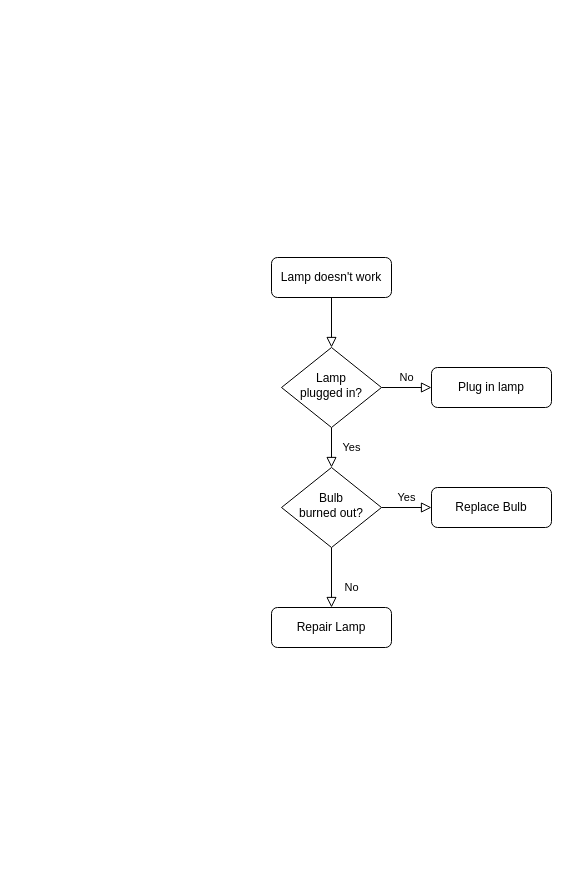
Above: Untitled Diagram.drawio in bycj/draw_image (draw.io), before the change. Source tidied: cells renumbered, new cells numbered last; positions are measured from the earlier drawing's top-left corner, leaving out a move shared by most shapes. Both pictures are drawn from the tidied source at 100%, with x=0, y=0 at pixel (271, 257).
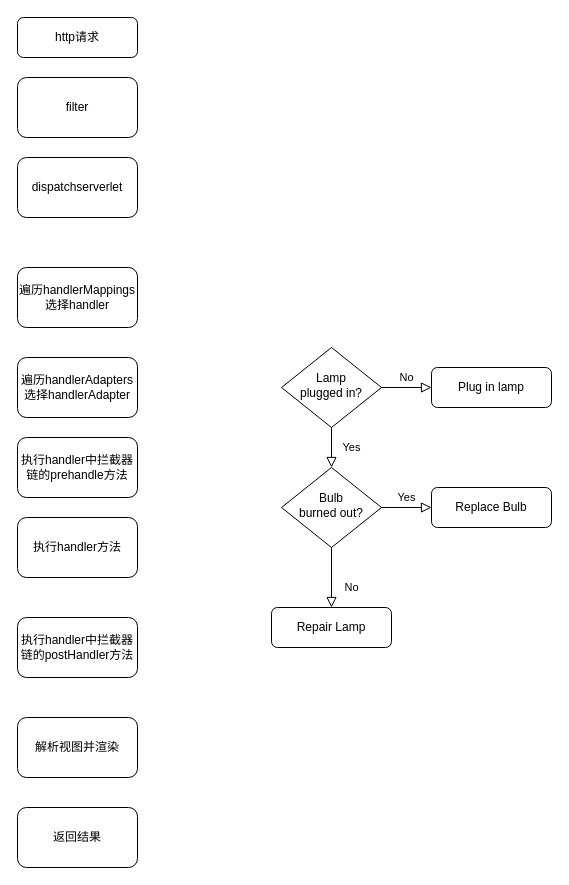
The same page after the edit.

Commit message:
spring mvc

Unchanged cells that the change refers to:
```xml
<mxCell id="6" value="Lamp&lt;br&gt;plugged in?" style="rhombus;whiteSpace=wrap;html=1;shadow=0;fontFamily=Helvetica;fontSize=12;align=center;strokeWidth=1;spacing=6;spacingTop=-4;" parent="1" vertex="1">
  <mxGeometry x="10" y="90" width="100" height="80" as="geometry" />
</mxCell>
```

What changed in the source:
```diff
@@
-    <mxCell id="2" style="rounded=0;html=1;jettySize=auto;fontSize=11;endArrow=block;endFill=0;endSize=8;strokeWidth=1;shadow=0;labelBackgroundColor=none;edgeStyle=orthogonalEdgeStyle;" parent="1" edge="1" source="3" target="6">
-      <mxGeometry relative="1" as="geometry" />
-    </mxCell>
-    <mxCell id="3" value="Lamp doesn't work" style="rounded=1;whiteSpace=wrap;html=1;fontSize=12;glass=0;strokeWidth=1;shadow=0;" parent="1" vertex="1">
-      <mxGeometry width="120" height="40" as="geometry" />
+    <mxCell id="3" value="http请求" style="rounded=1;whiteSpace=wrap;html=1;fontSize=12;glass=0;strokeWidth=1;shadow=0;" parent="1" vertex="1">
+      <mxGeometry x="-254" y="-240" width="120" height="40" as="geometry" />
     </mxCell>
@@
+    <mxCell id="13" value="dispatchserverlet" style="rounded=1;whiteSpace=wrap;html=1;" parent="1" vertex="1">
+      <mxGeometry x="-254" y="-100" width="120" height="60" as="geometry" />
+    </mxCell>
+    <mxCell id="14" value="filter" style="rounded=1;whiteSpace=wrap;html=1;" parent="1" vertex="1">
+      <mxGeometry x="-254" y="-180" width="120" height="60" as="geometry" />
+    </mxCell>
+    <mxCell id="15" value="遍历handlerMappings&lt;br&gt;选择handler" style="rounded=1;whiteSpace=wrap;html=1;" parent="1" vertex="1">
+      <mxGeometry x="-254" y="10" width="120" height="60" as="geometry" />
+    </mxCell>
+    <mxCell id="16" value="遍历handlerAdapters&lt;br&gt;选择handlerAdapter" style="rounded=1;whiteSpace=wrap;html=1;" parent="1" vertex="1">
+      <mxGeometry x="-254" y="100" width="120" height="60" as="geometry" />
+    </mxCell>
+    <mxCell id="17" value="执行handler方法" style="rounded=1;whiteSpace=wrap;html=1;" parent="1" vertex="1">
+      <mxGeometry x="-254" y="260" width="120" height="60" as="geometry" />
+    </mxCell>
+    <mxCell id="18" value="执行handler中拦截器链的prehandle方法" style="rounded=1;whiteSpace=wrap;html=1;" parent="1" vertex="1">
+      <mxGeometry x="-254" y="180" width="120" height="60" as="geometry" />
+    </mxCell>
+    <mxCell id="19" value="执行handler中拦截器链的postHandler方法" style="rounded=1;whiteSpace=wrap;html=1;" parent="1" vertex="1">
+      <mxGeometry x="-254" y="360" width="120" height="60" as="geometry" />
+    </mxCell>
+    <mxCell id="20" value="解析视图并渲染" style="rounded=1;whiteSpace=wrap;html=1;" parent="1" vertex="1">
+      <mxGeometry x="-254" y="460" width="120" height="60" as="geometry" />
+    </mxCell>
+    <mxCell id="21" value="返回结果" style="rounded=1;whiteSpace=wrap;html=1;" parent="1" vertex="1">
+      <mxGeometry x="-254" y="550" width="120" height="60" as="geometry" />
+    </mxCell>
```
